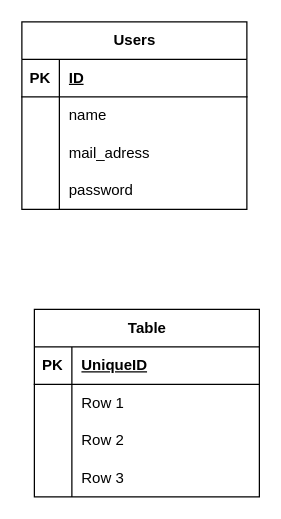
Before: syukan_maiter.drawio in 2bs2bs/syukan_meter, a draw.io diagram. Source tidied: cells renumbered, new cells numbered last; positions are measured from the earlier drawing's top-left corner, leaving out a move shared by most shapes. Both pictures are drawn from the tidied source at 125%, with x=0, y=0 at pixel (21, 21).
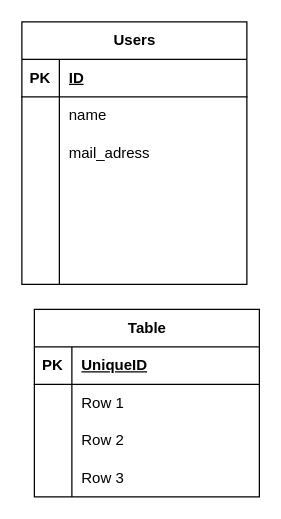
After the change.

Commit message:
syukan_maiter.drawio を追加しました。

Unchanged cells that the change refers to:
```xml
<mxCell id="12" style="shape=tableRow;horizontal=0;startSize=0;swimlaneHead=0;swimlaneBody=0;fillColor=none;top=0;left=0;right=0;bottom=0;" parent="2" vertex="1">
  <mxGeometry y="120" width="180" height="30" as="geometry" />
</mxCell>
```

The edit, as a diff of the source:
```diff
@@
     <mxCell id="2" value="Users" style="shape=table;startSize=30;childLayout=tableLayout;rowLines=0;fontStyle=1;align=center;html=1;" parent="1" vertex="1">
-      <mxGeometry width="180" height="150" as="geometry" />
+      <mxGeometry width="180" height="210" as="geometry" />
     </mxCell>
@@
-    <mxCell id="13" style="shape=partialRectangle;fillColor=none;top=0;left=0;bottom=0;right=0;overflow=hidden;whiteSpace=wrap;html=1;" parent="12" vertex="1">
-      <mxGeometry width="30" height="30" as="geometry" />
-    </mxCell>
-    <mxCell id="14" value="password" style="shape=partialRectangle;fillColor=none;top=0;left=0;bottom=0;right=0;align=left;spacingLeft=6;overflow=hidden;whiteSpace=wrap;html=1;" parent="12" vertex="1">
-      <mxGeometry x="30" width="150" height="30" as="geometry" />
-    </mxCell>
+    <mxCell id="28" style="shape=partialRectangle;fillColor=none;top=0;left=0;bottom=0;right=0;overflow=hidden;whiteSpace=wrap;html=1;" parent="12" vertex="1">
+      <mxGeometry width="30" height="30" as="geometry" />
+    </mxCell>
+    <mxCell id="29" style="shape=partialRectangle;fillColor=none;top=0;left=0;bottom=0;right=0;align=left;spacingLeft=6;overflow=hidden;whiteSpace=wrap;html=1;" parent="12" vertex="1">
+      <mxGeometry x="30" width="150" height="30" as="geometry" />
+    </mxCell>
+    <mxCell id="30" style="shape=tableRow;horizontal=0;startSize=0;swimlaneHead=0;swimlaneBody=0;fillColor=none;top=0;left=0;right=0;bottom=0;" parent="2" vertex="1">
+      <mxGeometry y="150" width="180" height="30" as="geometry" />
+    </mxCell>
+    <mxCell id="31" style="shape=partialRectangle;fillColor=none;top=0;left=0;bottom=0;right=0;overflow=hidden;whiteSpace=wrap;html=1;" parent="30" vertex="1">
+      <mxGeometry width="30" height="30" as="geometry" />
+    </mxCell>
+    <mxCell id="32" style="shape=partialRectangle;fillColor=none;top=0;left=0;bottom=0;right=0;align=left;spacingLeft=6;overflow=hidden;whiteSpace=wrap;html=1;" parent="30" vertex="1">
+      <mxGeometry x="30" width="150" height="30" as="geometry" />
+    </mxCell>
+    <mxCell id="33" style="shape=tableRow;horizontal=0;startSize=0;swimlaneHead=0;swimlaneBody=0;fillColor=none;top=0;left=0;right=0;bottom=0;" parent="2" vertex="1">
+      <mxGeometry y="180" width="180" height="30" as="geometry" />
+    </mxCell>
+    <mxCell id="34" style="shape=partialRectangle;fillColor=none;top=0;left=0;bottom=0;right=0;overflow=hidden;whiteSpace=wrap;html=1;" parent="33" vertex="1">
+      <mxGeometry width="30" height="30" as="geometry" />
+    </mxCell>
+    <mxCell id="35" style="shape=partialRectangle;fillColor=none;top=0;left=0;bottom=0;right=0;align=left;spacingLeft=6;overflow=hidden;whiteSpace=wrap;html=1;" parent="33" vertex="1">
+      <mxGeometry x="30" width="150" height="30" as="geometry" />
+    </mxCell>
```
